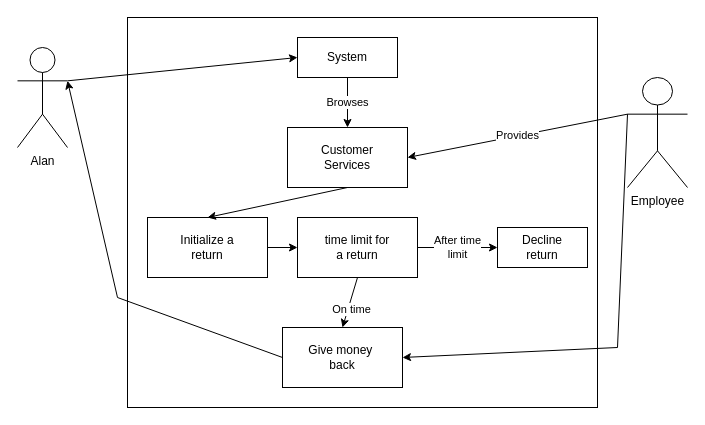
The draw.io diagram Diagrams/CSC648UseCase12.drawio in isaipd20/Diagrams, before the edit. Source tidied: cells renumbered, new cells numbered last; positions are measured from the earlier drawing's top-left corner, leaving out a move shared by most shapes. Both pictures are drawn from the tidied source at 100%, with x=0, y=0 at pixel (17, 17).
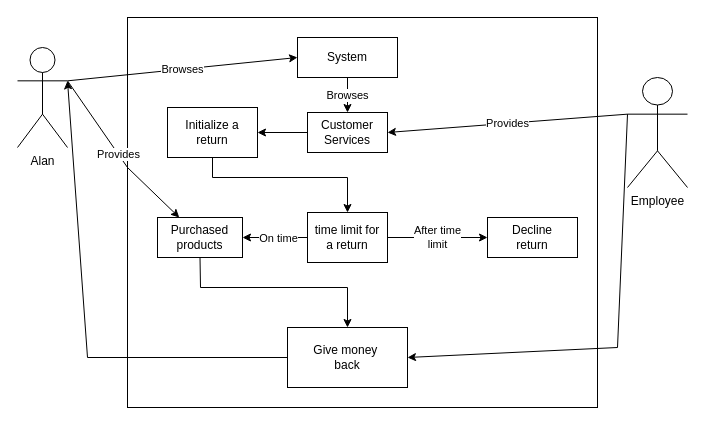
After the change.

Commit message:
Final update CSC648UseCase12

The change refers to these unchanged cells:
```xml
<mxCell id="3" value="Alan" style="shape=umlActor;verticalLabelPosition=bottom;verticalAlign=top;html=1;outlineConnect=0;" parent="1" vertex="1">
  <mxGeometry y="30" width="50" height="100" as="geometry" />
</mxCell>
<mxCell id="4" value="System" style="rounded=0;whiteSpace=wrap;html=1;" parent="1" vertex="1">
  <mxGeometry x="280" y="20" width="100" height="40" as="geometry" />
</mxCell>
```

Diff of the diagram source:
```diff
@@
-    <mxCell id="5" style="endArrow=classic;html=1;rounded=0;exitX=1;exitY=0.3333333333333333;exitDx=0;exitDy=0;exitPerimeter=0;entryX=0;entryY=0.5;entryDx=0;entryDy=0;" parent="1" edge="1" source="3" target="4">
+    <mxCell id="5" value="Browses" style="endArrow=classic;html=1;rounded=0;exitX=1;exitY=0.3333333333333333;exitDx=0;exitDy=0;exitPerimeter=0;entryX=0;entryY=0.5;entryDx=0;entryDy=0;" parent="1" edge="1" source="3" target="4">
       <mxGeometry relative="1" as="geometry" />
     </mxCell>
     <mxCell id="6" value="Customer&lt;br&gt;Services" style="rounded=0;whiteSpace=wrap;html=1;" parent="1" vertex="1">
-      <mxGeometry x="270" y="110" width="120" height="60" as="geometry" />
+      <mxGeometry x="290" y="95" width="80" height="40" as="geometry" />
     </mxCell>
@@
     <mxCell id="10" value="time limit for&lt;br&gt;a return" style="rounded=0;whiteSpace=wrap;html=1;" parent="1" vertex="1">
-      <mxGeometry x="280" y="200" width="120" height="60" as="geometry" />
+      <mxGeometry x="290" y="195" width="80" height="50" as="geometry" />
     </mxCell>
     <mxCell id="11" value="Initialize a&lt;br&gt;return" style="rounded=0;whiteSpace=wrap;html=1;" parent="1" vertex="1">
-      <mxGeometry x="130" y="200" width="120" height="60" as="geometry" />
+      <mxGeometry x="150" y="90" width="90" height="50" as="geometry" />
     </mxCell>
     <mxCell id="12" value="Give money&amp;nbsp;&lt;br&gt;back" style="rounded=0;whiteSpace=wrap;html=1;" parent="1" vertex="1">
-      <mxGeometry x="265" y="310" width="120" height="60" as="geometry" />
+      <mxGeometry x="270" y="310" width="120" height="60" as="geometry" />
     </mxCell>
-    <mxCell id="13" style="endArrow=classic;html=1;rounded=0;exitX=0.5;exitY=1;exitDx=0;exitDy=0;entryX=0.5;entryY=0;entryDx=0;entryDy=0;" parent="1" edge="1" source="6" target="11">
+    <mxCell id="13" style="endArrow=classic;html=1;rounded=0;exitX=0;exitY=0.5;exitDx=0;exitDy=0;entryX=1;entryY=0.5;entryDx=0;entryDy=0;" parent="1" edge="1" source="6" target="11">
       <mxGeometry relative="1" as="geometry" />
     </mxCell>
-    <mxCell id="14" style="endArrow=classic;html=1;rounded=0;entryX=0;entryY=0.5;entryDx=0;entryDy=0;exitX=1;exitY=0.5;exitDx=0;exitDy=0;" parent="1" edge="1" source="11" target="10">
-      <mxGeometry relative="1" as="geometry" />
+    <mxCell id="14" style="endArrow=classic;html=1;rounded=0;exitX=0.5;exitY=1;exitDx=0;exitDy=0;entryX=0.5;entryY=0;entryDx=0;entryDy=0;" parent="1" edge="1" source="21" target="12">
+      <mxGeometry relative="1" as="geometry">
+        <Array as="points">
+          <mxPoint x="183" y="270" />
+          <mxPoint x="330" y="270" />
+        </Array>
+      </mxGeometry>
     </mxCell>
-    <mxCell id="15" style="endArrow=classic;html=1;rounded=0;exitX=0.5;exitY=1;exitDx=0;exitDy=0;entryX=0.5;entryY=0;entryDx=0;entryDy=0;" parent="1" edge="1" source="10" target="12">
+    <mxCell id="15" style="endArrow=classic;html=1;rounded=0;exitX=0;exitY=0.5;exitDx=0;exitDy=0;entryX=1;entryY=0.5;entryDx=0;entryDy=0;" parent="1" edge="1" source="10" target="21">
       <mxGeometry relative="1" as="geometry" />
     </mxCell>
     <mxCell id="16" value="On time" style="edgeLabel;html=1;align=center;verticalAlign=middle;" parent="15" vertex="1">
-      <mxGeometry x="0.22" y="3" relative="1" as="geometry" />
+      <mxGeometry x="0.22" y="3" relative="1" as="geometry">
+        <mxPoint x="10" y="-3" as="offset" />
+      </mxGeometry>
     </mxCell>
@@
     <mxCell id="18" style="endArrow=classic;html=1;rounded=0;entryX=1;entryY=0.3333333333333333;entryDx=0;entryDy=0;entryPerimeter=0;exitX=0;exitY=0.5;exitDx=0;exitDy=0;" parent="1" edge="1" source="12" target="3">
       <mxGeometry relative="1" as="geometry">
         <Array as="points">
-          <mxPoint x="100" y="280" />
+          <mxPoint x="70" y="340" />
         </Array>
       </mxGeometry>
     </mxCell>
     <mxCell id="19" value="Decline&lt;br&gt;return" style="rounded=0;whiteSpace=wrap;html=1;" parent="1" vertex="1">
-      <mxGeometry x="480" y="210" width="90" height="40" as="geometry" />
+      <mxGeometry x="470" y="200" width="90" height="40" as="geometry" />
     </mxCell>
@@
+    <mxCell id="21" value="Purchased&lt;br&gt;products" style="rounded=0;whiteSpace=wrap;html=1;" parent="1" vertex="1">
+      <mxGeometry x="140" y="200" width="85" height="40" as="geometry" />
+    </mxCell>
+    <mxCell id="22" style="endArrow=classic;html=1;rounded=0;exitX=0.5;exitY=1;exitDx=0;exitDy=0;entryX=0.5;entryY=0;entryDx=0;entryDy=0;" parent="1" edge="1" source="11" target="10">
+      <mxGeometry relative="1" as="geometry">
+        <Array as="points">
+          <mxPoint x="195" y="160" />
+          <mxPoint x="330" y="160" />
+        </Array>
+      </mxGeometry>
+    </mxCell>
+    <mxCell id="23" value="Provides" style="endArrow=classic;html=1;rounded=0;exitX=1;exitY=0.3333333333333333;exitDx=0;exitDy=0;exitPerimeter=0;" parent="1" edge="1" source="3" target="21">
+      <mxGeometry relative="1" as="geometry">
+        <Array as="points">
+          <mxPoint x="110" y="150" />
+        </Array>
+      </mxGeometry>
+    </mxCell>
```
